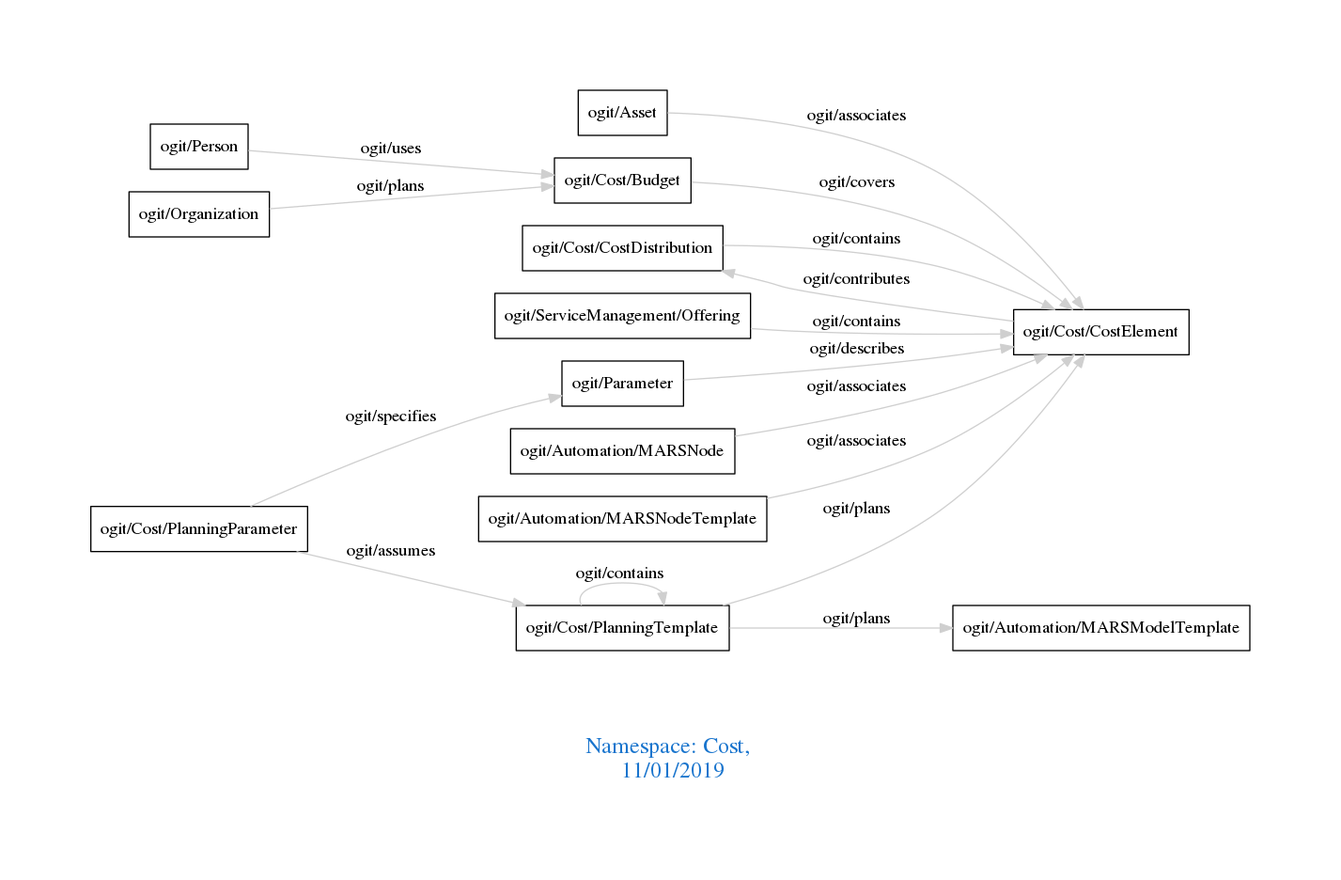
arago/OGIT keeps this Graphviz diagram as downloads/Cost.png. Above is the earlier version. Its source is kept beside it as downloads/Cost.dot.
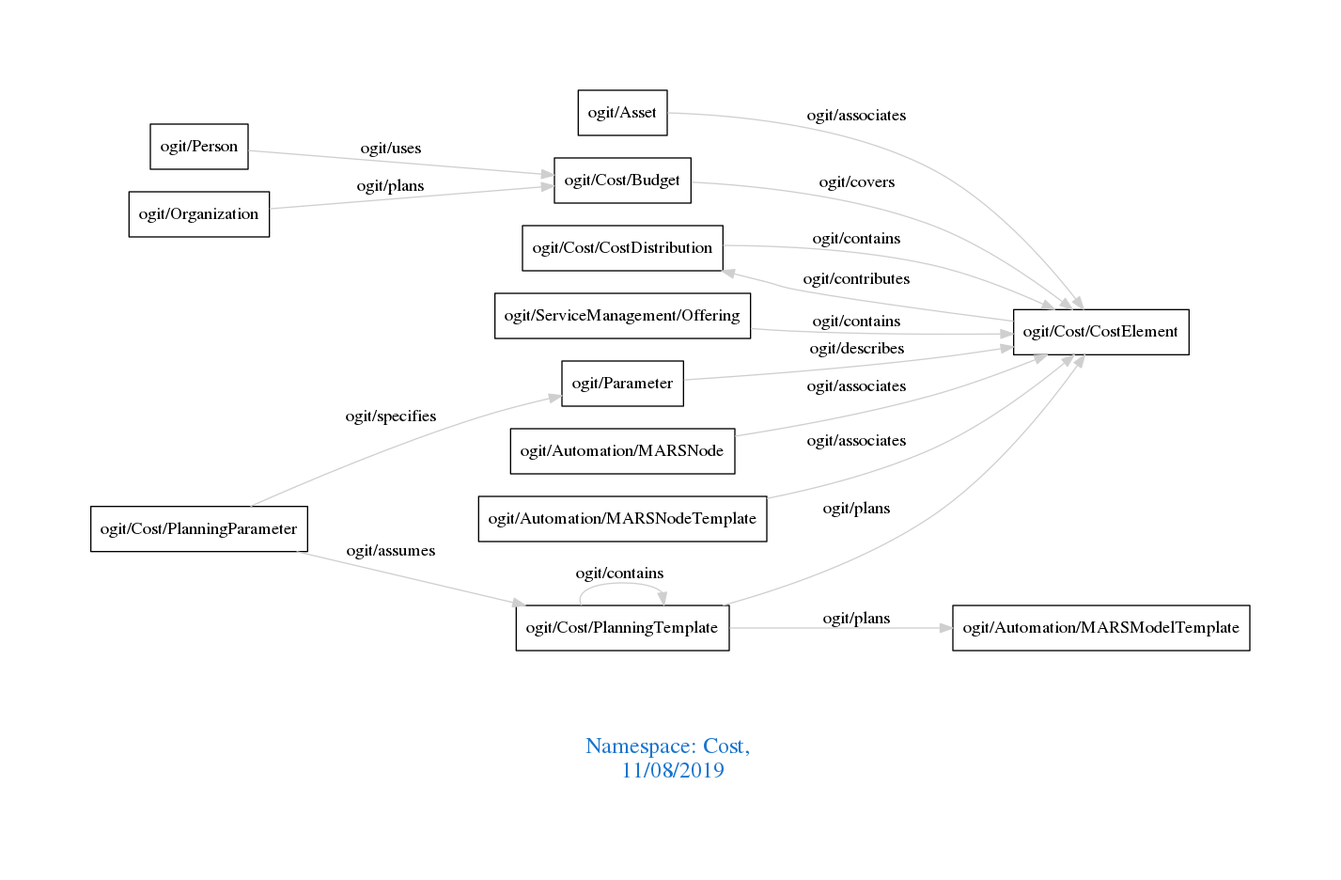
The same diagram one commit later.

Diff of the diagram source:
```diff
@@ -1,7 +1,7 @@
 digraph OGIT_ontology {
  graph [ rankdir= LR,pad=1
 fontsize = 18,
-fontcolor= dodgerblue3,label = "\n\n\nNamespace: Cost, \n 11/01/2019"];
+fontcolor= dodgerblue3,label = "\n\n\nNamespace: Cost, \n 11/08/2019"];
 node[shape=polygon];
 edge [  color="gray81"];
 
```
